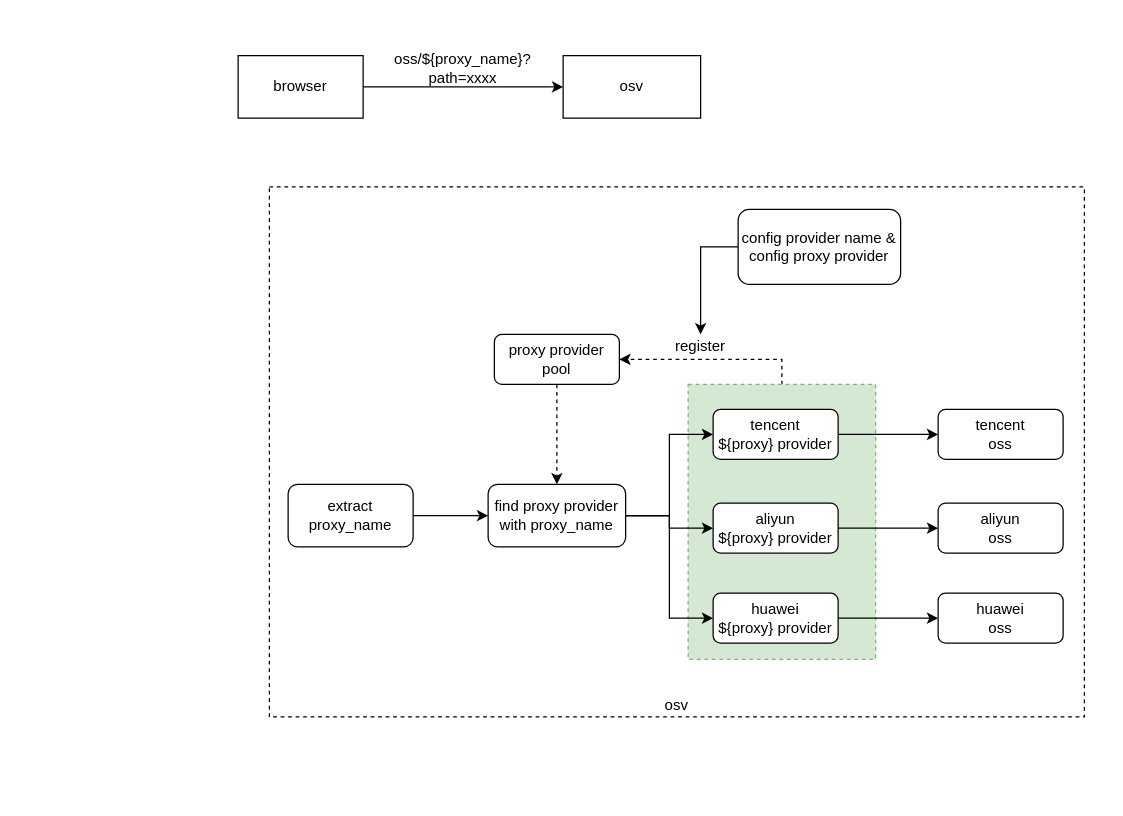
Before: docs/osv-arch.drawio in damonchen/oss-server, a draw.io diagram. Source tidied: cells renumbered, new cells numbered last; positions are measured from the earlier drawing's top-left corner, leaving out a move shared by most shapes. Both pictures are drawn from the tidied source at 125%, with x=0, y=0 at pixel (238, 55).
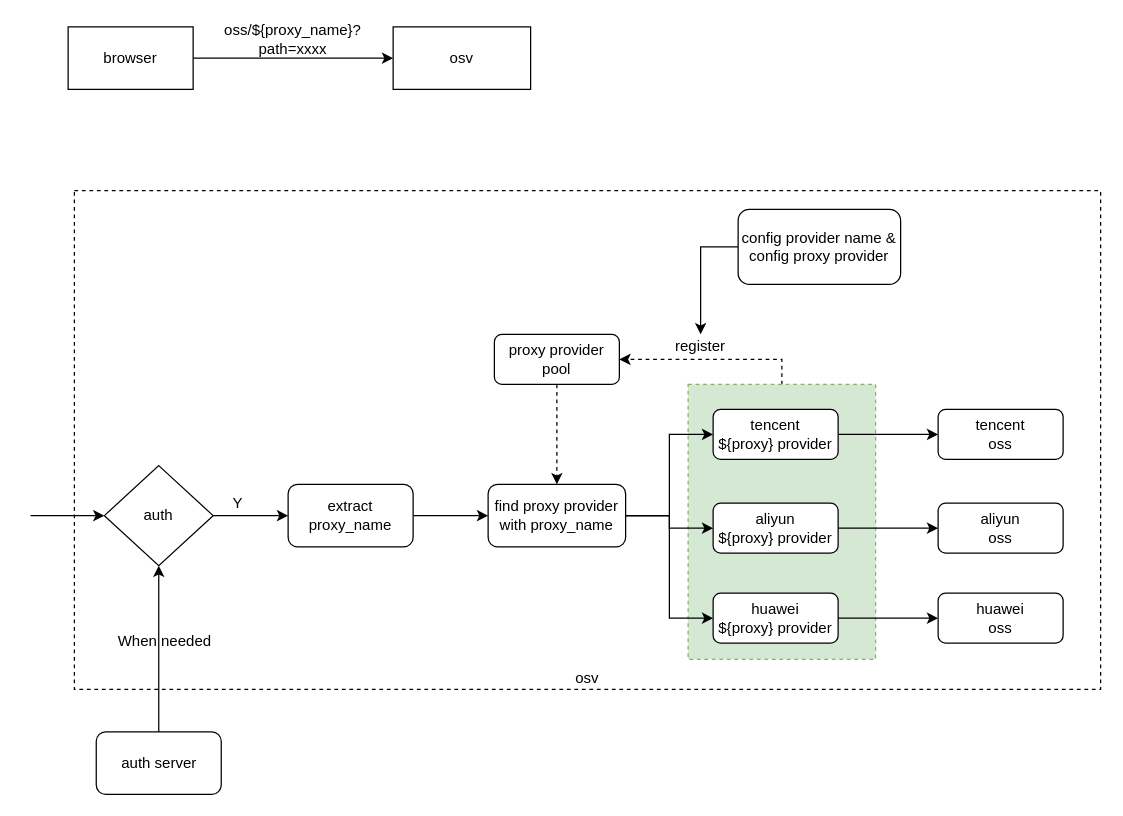
Above is the later version.

Commit message (it also covers changes not shown here):
完善逻辑视图的处理

The change refers to these unchanged cells:
```xml
<mxCell id="10" value="extract &lt;br&gt;proxy_name" style="rounded=1;whiteSpace=wrap;html=1;" parent="1" vertex="1">
  <mxGeometry x="40" y="343" width="100" height="50" as="geometry" />
</mxCell>
```

Diff of the diagram source:
```diff
@@
     <mxCell id="2" value="osv" style="rounded=0;whiteSpace=wrap;html=1;dashed=1;verticalAlign=bottom;" parent="1" vertex="1">
-      <mxGeometry x="25" y="105" width="652" height="424" as="geometry" />
+      <mxGeometry x="-131" y="108" width="821" height="399" as="geometry" />
     </mxCell>
@@
     <mxCell id="5" style="edgeStyle=orthogonalEdgeStyle;rounded=0;jettySize=auto;html=1;entryX=0;entryY=0.5;entryDx=0;entryDy=0;" parent="1" edge="1" source="6">
       <mxGeometry relative="1" as="geometry">
-        <mxPoint x="260" y="25" as="targetPoint" />
+        <mxPoint x="124" y="2" as="targetPoint" />
       </mxGeometry>
     </mxCell>
     <mxCell id="6" value="browser" style="rounded=0;whiteSpace=wrap;html=1;" parent="1" vertex="1">
-      <mxGeometry width="100" height="50" as="geometry" />
+      <mxGeometry x="-136" y="-23" width="100" height="50" as="geometry" />
     </mxCell>
     <mxCell id="7" value="osv" style="rounded=0;whiteSpace=wrap;html=1;verticalAlign=middle;" parent="1" vertex="1">
-      <mxGeometry x="260" width="110" height="50" as="geometry" />
+      <mxGeometry x="124" y="-23" width="110" height="50" as="geometry" />
     </mxCell>
     <mxCell id="8" value="oss/${proxy_name}?path=xxxx" style="text;html=1;strokeColor=none;fillColor=none;align=center;verticalAlign=middle;whiteSpace=wrap;rounded=0;" parent="1" vertex="1">
-      <mxGeometry x="110" width="140" height="20" as="geometry" />
+      <mxGeometry x="-26" y="-23" width="140" height="20" as="geometry" />
     </mxCell>
@@
+    <mxCell id="29" style="edgeStyle=orthogonalEdgeStyle;rounded=0;jettySize=auto;html=1;exitX=1;exitY=0.5;exitDx=0;exitDy=0;" parent="1" edge="1" source="32" target="10">
+      <mxGeometry relative="1" as="geometry" />
+    </mxCell>
+    <mxCell id="30" style="edgeStyle=orthogonalEdgeStyle;rounded=0;jettySize=auto;html=1;" parent="1" edge="1" source="31" target="32">
+      <mxGeometry relative="1" as="geometry" />
+    </mxCell>
+    <mxCell id="31" value="auth server" style="rounded=1;whiteSpace=wrap;html=1;" parent="1" vertex="1">
+      <mxGeometry x="-113.5" y="541" width="100" height="50" as="geometry" />
+    </mxCell>
+    <mxCell id="32" value="auth" style="rhombus;whiteSpace=wrap;html=1;" parent="1" vertex="1">
+      <mxGeometry x="-107" y="328" width="87" height="80" as="geometry" />
+    </mxCell>
+    <mxCell id="33" style="endArrow=classic;html=1;entryX=0;entryY=0.5;entryDx=0;entryDy=0;" parent="1" edge="1" target="32">
+      <mxGeometry relative="1" as="geometry">
+        <mxPoint x="-166" y="368" as="sourcePoint" />
+      </mxGeometry>
+    </mxCell>
+    <mxCell id="34" value="Y" style="text;html=1;strokeColor=none;fillColor=none;align=center;verticalAlign=middle;whiteSpace=wrap;rounded=0;" parent="1" vertex="1">
+      <mxGeometry x="-20" y="348" width="40" height="20" as="geometry" />
+    </mxCell>
+    <mxCell id="35" value="When needed" style="text;html=1;strokeColor=none;fillColor=none;align=center;verticalAlign=middle;whiteSpace=wrap;rounded=0;" parent="1" vertex="1">
+      <mxGeometry x="-104" y="459" width="91" height="20" as="geometry" />
+    </mxCell>
```
